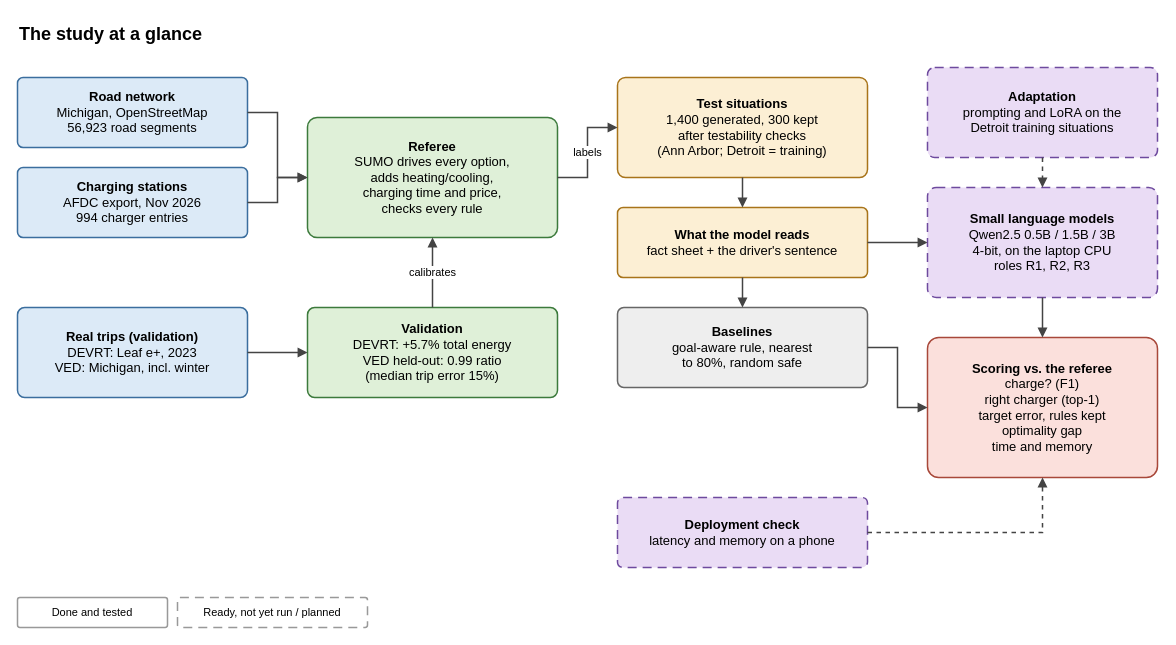
This is page "1 Study overview" (1 of 6) of diagrams/thesis_diagrams.drawio from EyadAhmed06/Thesis-Prototype, a draw.io file, before an edit. Source tidied: cells renumbered, new cells numbered last; positions are measured from the earlier drawing's top-left corner, leaving out a move shared by most shapes. Both pictures are drawn from the tidied source at 100%, with x=0, y=0 at pixel (17, 17).
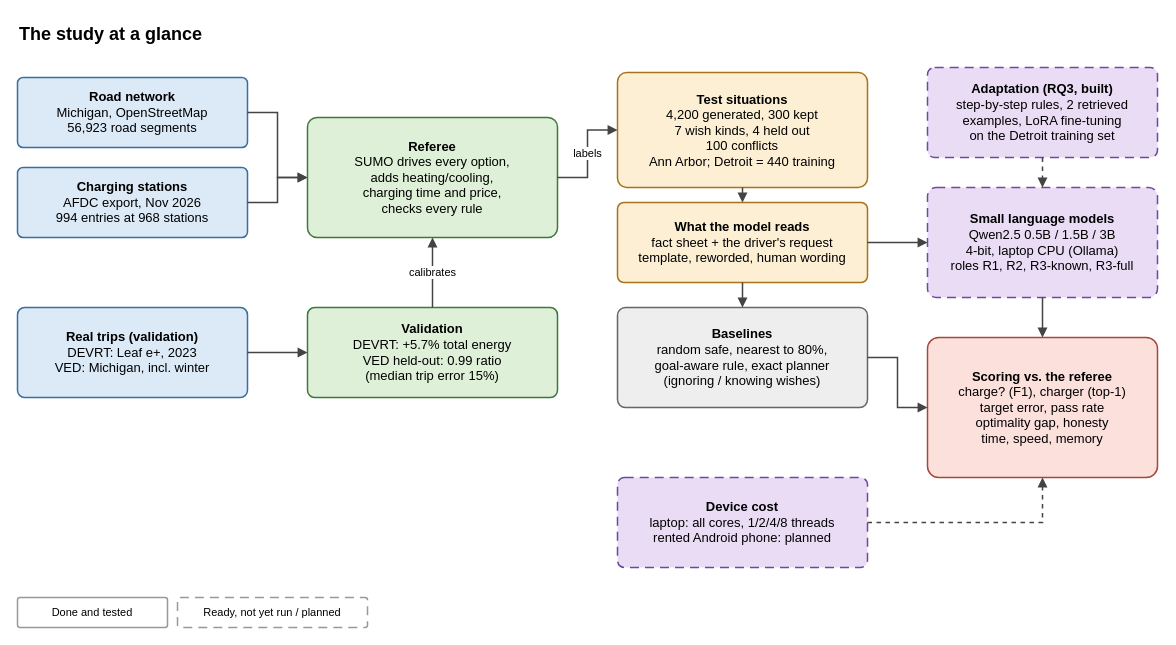
The same page after the edit.

The edit, as a diff of the source:
```diff
@@
-    <mxCell id="4" value="&lt;b&gt;Charging stations&lt;/b&gt;&lt;br&gt;AFDC export, Nov 2026&lt;br&gt;994 charger entries" style="rounded=1;whiteSpace=wrap;html=1;arcSize=8;fillColor=#DCEAF7;strokeColor=#3B6E9E;strokeWidth=1.5;fontFamily=Helvetica;fontSize=13;verticalAlign=middle;spacing=6;" parent="1" vertex="1">
+    <mxCell id="4" value="&lt;b&gt;Charging stations&lt;/b&gt;&lt;br&gt;AFDC export, Nov 2026&lt;br&gt;994 entries at 968 stations" style="rounded=1;whiteSpace=wrap;html=1;arcSize=8;fillColor=#DCEAF7;strokeColor=#3B6E9E;strokeWidth=1.5;fontFamily=Helvetica;fontSize=13;verticalAlign=middle;spacing=6;" parent="1" vertex="1">
       <mxGeometry y="150" width="230" height="70" as="geometry" />
     </mxCell>
@@
-    <mxCell id="8" value="&lt;b&gt;Test situations&lt;/b&gt;&lt;br&gt;1,400 generated, 300 kept&lt;br&gt;after testability checks&lt;br&gt;(Ann Arbor; Detroit = training)" style="rounded=1;whiteSpace=wrap;html=1;arcSize=8;fillColor=#FCEFD4;strokeColor=#A8741A;strokeWidth=1.5;fontFamily=Helvetica;fontSize=13;verticalAlign=middle;spacing=6;" parent="1" vertex="1">
-      <mxGeometry x="600" y="60" width="250" height="100" as="geometry" />
+    <mxCell id="8" value="&lt;b&gt;Test situations&lt;/b&gt;&lt;br&gt;4,200 generated, 300 kept&lt;br&gt;7 wish kinds, 4 held out&lt;br&gt;100 conflicts&lt;br&gt;Ann Arbor; Detroit = 440 training" style="rounded=1;whiteSpace=wrap;html=1;arcSize=8;fillColor=#FCEFD4;strokeColor=#A8741A;strokeWidth=1.5;fontFamily=Helvetica;fontSize=13;verticalAlign=middle;spacing=6;" parent="1" vertex="1">
+      <mxGeometry x="600" y="55" width="250" height="115" as="geometry" />
     </mxCell>
-    <mxCell id="9" value="&lt;b&gt;What the model reads&lt;/b&gt;&lt;br&gt;fact sheet + the driver&amp;#x27;s sentence" style="rounded=1;whiteSpace=wrap;html=1;arcSize=8;fillColor=#FCEFD4;strokeColor=#A8741A;strokeWidth=1.5;fontFamily=Helvetica;fontSize=13;verticalAlign=middle;spacing=6;" parent="1" vertex="1">
-      <mxGeometry x="600" y="190" width="250" height="70" as="geometry" />
+    <mxCell id="9" value="&lt;b&gt;What the model reads&lt;/b&gt;&lt;br&gt;fact sheet + the driver&amp;#x27;s request&lt;br&gt;template, reworded, human wording" style="rounded=1;whiteSpace=wrap;html=1;arcSize=8;fillColor=#FCEFD4;strokeColor=#A8741A;strokeWidth=1.5;fontFamily=Helvetica;fontSize=13;verticalAlign=middle;spacing=6;" parent="1" vertex="1">
+      <mxGeometry x="600" y="185" width="250" height="80" as="geometry" />
     </mxCell>
-    <mxCell id="10" value="&lt;b&gt;Small language models&lt;/b&gt;&lt;br&gt;Qwen2.5 0.5B / 1.5B / 3B&lt;br&gt;4-bit, on the laptop CPU&lt;br&gt;roles R1, R2, R3" style="rounded=1;whiteSpace=wrap;html=1;arcSize=8;fillColor=#EADCF5;strokeColor=#6E4A9E;strokeWidth=1.5;fontFamily=Helvetica;fontSize=13;verticalAlign=middle;spacing=6;dashed=1;dashPattern=6 4;" parent="1" vertex="1">
+    <mxCell id="10" value="&lt;b&gt;Small language models&lt;/b&gt;&lt;br&gt;Qwen2.5 0.5B / 1.5B / 3B&lt;br&gt;4-bit, laptop CPU (Ollama)&lt;br&gt;roles R1, R2, R3-known, R3-full" style="rounded=1;whiteSpace=wrap;html=1;arcSize=8;fillColor=#EADCF5;strokeColor=#6E4A9E;strokeWidth=1.5;fontFamily=Helvetica;fontSize=13;verticalAlign=middle;spacing=6;dashed=1;dashPattern=6 4;" parent="1" vertex="1">
       <mxGeometry x="910" y="170" width="230" height="110" as="geometry" />
     </mxCell>
-    <mxCell id="11" value="&lt;b&gt;Baselines&lt;/b&gt;&lt;br&gt;goal-aware rule, nearest&lt;br&gt;to 80%, random safe" style="rounded=1;whiteSpace=wrap;html=1;arcSize=8;fillColor=#EEEEEE;strokeColor=#666666;strokeWidth=1.5;fontFamily=Helvetica;fontSize=13;verticalAlign=middle;spacing=6;" parent="1" vertex="1">
-      <mxGeometry x="600" y="290" width="250" height="80" as="geometry" />
+    <mxCell id="11" value="&lt;b&gt;Baselines&lt;/b&gt;&lt;br&gt;random safe, nearest to 80%,&lt;br&gt;goal-aware rule, exact planner&lt;br&gt;(ignoring / knowing wishes)" style="rounded=1;whiteSpace=wrap;html=1;arcSize=8;fillColor=#EEEEEE;strokeColor=#666666;strokeWidth=1.5;fontFamily=Helvetica;fontSize=13;verticalAlign=middle;spacing=6;" parent="1" vertex="1">
+      <mxGeometry x="600" y="290" width="250" height="100" as="geometry" />
     </mxCell>
-    <mxCell id="12" value="&lt;b&gt;Scoring vs. the referee&lt;/b&gt;&lt;br&gt;charge? (F1)&lt;br&gt;right charger (top-1)&lt;br&gt;target error, rules kept&lt;br&gt;optimality gap&lt;br&gt;time and memory" style="rounded=1;whiteSpace=wrap;html=1;arcSize=8;fillColor=#FBE0DC;strokeColor=#A8483A;strokeWidth=1.5;fontFamily=Helvetica;fontSize=13;verticalAlign=middle;spacing=6;" parent="1" vertex="1">
+    <mxCell id="12" value="&lt;b&gt;Scoring vs. the referee&lt;/b&gt;&lt;br&gt;charge? (F1), charger (top-1)&lt;br&gt;target error, pass rate&lt;br&gt;optimality gap, honesty&lt;br&gt;time, speed, memory" style="rounded=1;whiteSpace=wrap;html=1;arcSize=8;fillColor=#FBE0DC;strokeColor=#A8483A;strokeWidth=1.5;fontFamily=Helvetica;fontSize=13;verticalAlign=middle;spacing=6;" parent="1" vertex="1">
       <mxGeometry x="910" y="320" width="230" height="140" as="geometry" />
     </mxCell>
-    <mxCell id="13" value="&lt;b&gt;Adaptation&lt;/b&gt;&lt;br&gt;prompting and LoRA on the&lt;br&gt;Detroit training situations" style="rounded=1;whiteSpace=wrap;html=1;arcSize=8;fillColor=#EADCF5;strokeColor=#6E4A9E;strokeWidth=1.5;fontFamily=Helvetica;fontSize=13;verticalAlign=middle;spacing=6;dashed=1;dashPattern=6 4;" parent="1" vertex="1">
+    <mxCell id="13" value="&lt;b&gt;Adaptation (RQ3, built)&lt;/b&gt;&lt;br&gt;step-by-step rules, 2 retrieved&lt;br&gt;examples, LoRA fine-tuning&lt;br&gt;on the Detroit training set" style="rounded=1;whiteSpace=wrap;html=1;arcSize=8;fillColor=#EADCF5;strokeColor=#6E4A9E;strokeWidth=1.5;fontFamily=Helvetica;fontSize=13;verticalAlign=middle;spacing=6;dashed=1;dashPattern=6 4;" parent="1" vertex="1">
       <mxGeometry x="910" y="50" width="230" height="90" as="geometry" />
     </mxCell>
-    <mxCell id="14" value="&lt;b&gt;Deployment check&lt;/b&gt;&lt;br&gt;latency and memory on a phone" style="rounded=1;whiteSpace=wrap;html=1;arcSize=8;fillColor=#EADCF5;strokeColor=#6E4A9E;strokeWidth=1.5;fontFamily=Helvetica;fontSize=13;verticalAlign=middle;spacing=6;dashed=1;dashPattern=6 4;" parent="1" vertex="1">
-      <mxGeometry x="600" y="480" width="250" height="70" as="geometry" />
+    <mxCell id="14" value="&lt;b&gt;Device cost&lt;/b&gt;&lt;br&gt;laptop: all cores, 1/2/4/8 threads&lt;br&gt;rented Android phone: planned" style="rounded=1;whiteSpace=wrap;html=1;arcSize=8;fillColor=#EADCF5;strokeColor=#6E4A9E;strokeWidth=1.5;fontFamily=Helvetica;fontSize=13;verticalAlign=middle;spacing=6;dashed=1;dashPattern=6 4;" parent="1" vertex="1">
+      <mxGeometry x="600" y="460" width="250" height="90" as="geometry" />
     </mxCell>
```
